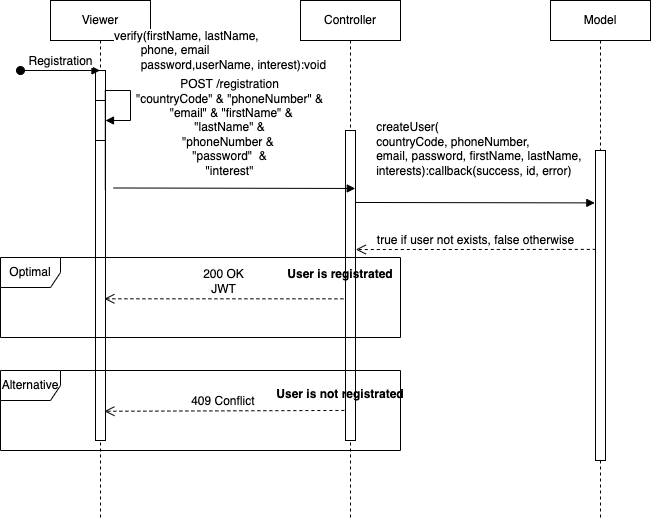
The draw.io diagram Design/Sprint 3/Sequence diagram - Registration.png in cis350/project-uniteandconquer, before a commit. Source tidied: cells renumbered, new cells last; positions are measured from the earlier drawing's top-left corner, leaving out a move shared by most shapes.
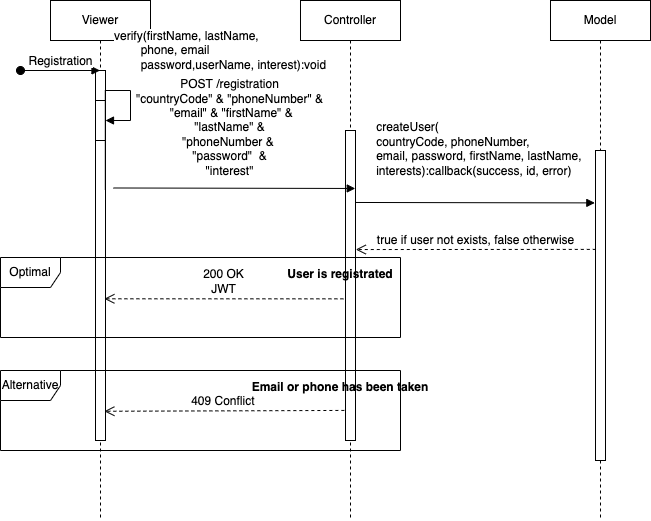
Later version of the same file.

What changed in the source:
```diff
@@ -68,8 +68,8 @@
     <mxCell id="18" value="User is registrated" style="text;align=center;fontStyle=1;verticalAlign=middle;spacingLeft=3;spacingRight=3;strokeColor=none;" parent="1" vertex="1">
       <mxGeometry x="300" y="260" width="80" height="26" as="geometry" />
     </mxCell>
-    <mxCell id="19" value="User is not registrated" style="text;align=center;fontStyle=1;verticalAlign=middle;spacingLeft=3;spacingRight=3;strokeColor=none;" parent="1" vertex="1">
-      <mxGeometry x="300" y="380" width="80" height="26" as="geometry" />
-    </mxCell>
+    <mxCell id="20" value="Email or phone has been taken&#10;" style="text;align=center;fontStyle=1;verticalAlign=middle;spacingLeft=3;spacingRight=3;strokeColor=none;" parent="1" vertex="1">
+      <mxGeometry x="300" y="380" width="80" height="26" as="geometry" />
+    </mxCell>
   </root>
 </mxGraphModel>
```
